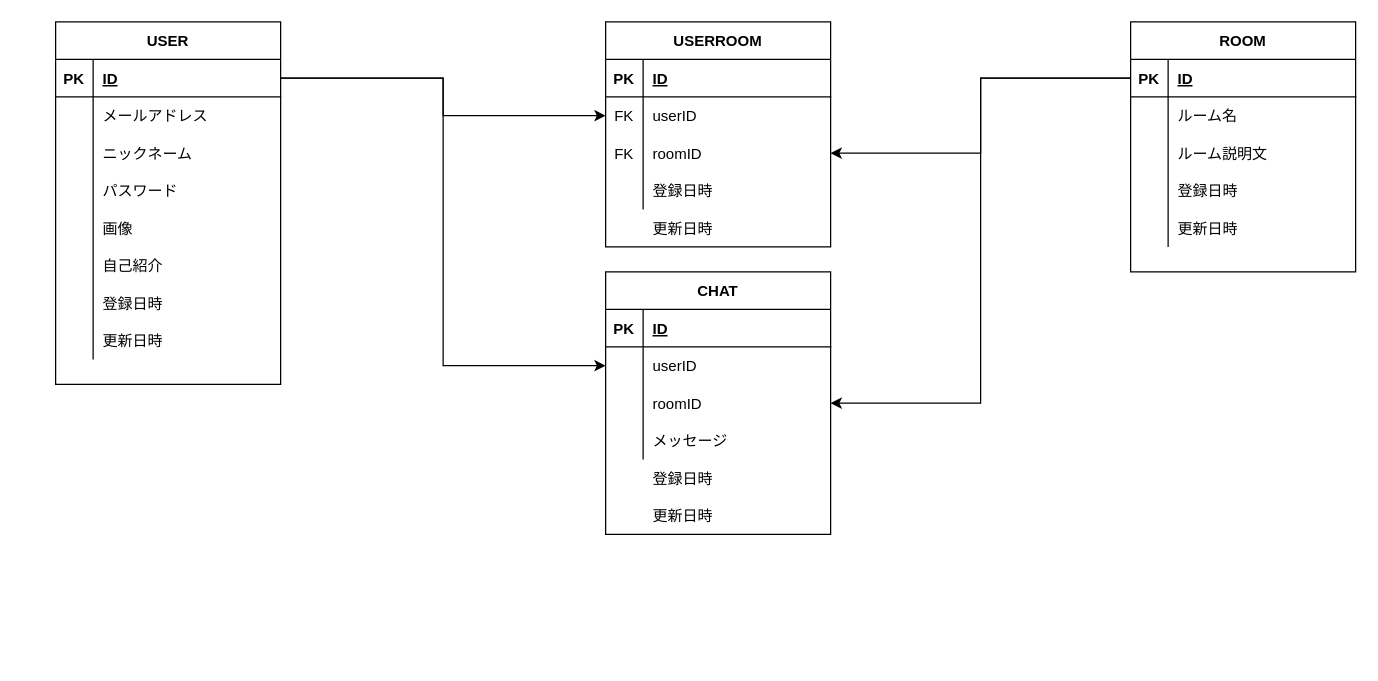
The draw.io diagram ジムトモER図.drawio in 74905/kintore_app, before the edit. Source tidied: cells renumbered, new cells numbered last; positions are measured from the earlier drawing's top-left corner, leaving out a move shared by most shapes. Both pictures are drawn from the tidied source at 125%, with x=0, y=0 at pixel (55, 21).
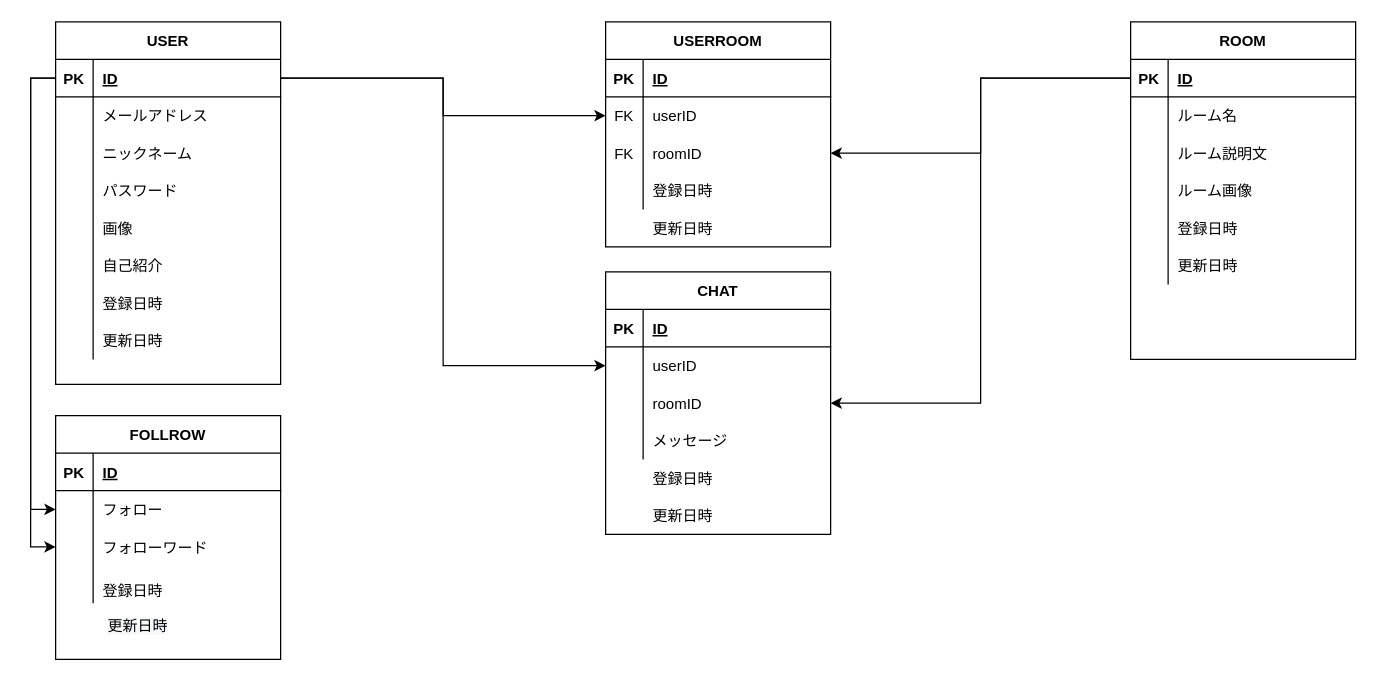
The same page after the edit.

Commit message:
ジムトモER図.drawio を更新します

Unchanged cells that the change refers to:
```xml
<mxCell id="3" style="shape=partialRectangle;fillColor=none;top=0;left=0;bottom=1;right=0;points=[[0,0.5],[1,0.5]];portConstraint=eastwest;" parent="2" vertex="1">
  <mxGeometry y="30" width="180" height="30" as="geometry" />
</mxCell>
```

Change to the diagram source:
```diff
@@
     <mxCell id="27" value="ROOM" style="shape=table;startSize=30;childLayout=tableLayout;rowLines=0;fontStyle=1;align=center;" parent="1" vertex="1">
-      <mxGeometry x="860" width="180" height="200" as="geometry" />
+      <mxGeometry x="860" width="180" height="270" as="geometry" />
     </mxCell>
@@
+    <mxCell id="81" style="shape=partialRectangle;fillColor=none;top=0;left=0;bottom=0;right=0;" parent="27" vertex="1">
+      <mxGeometry y="120" width="180" height="30" as="geometry" />
+    </mxCell>
+    <mxCell id="82" style="shape=partialRectangle;fillColor=none;top=0;left=0;bottom=0;right=0;overflow=hidden;" parent="81" vertex="1">
+      <mxGeometry width="30" height="30" as="geometry" />
+    </mxCell>
+    <mxCell id="83" value="ルーム画像" style="shape=partialRectangle;fillColor=none;top=0;left=0;bottom=0;right=0;align=left;spacingLeft=6;overflow=hidden;" parent="81" vertex="1">
+      <mxGeometry x="30" width="150" height="30" as="geometry" />
+    </mxCell>
     <mxCell id="37" style="shape=partialRectangle;fillColor=none;top=0;left=0;bottom=0;right=0;" parent="27" vertex="1">
-      <mxGeometry y="120" width="180" height="30" as="geometry" />
+      <mxGeometry y="150" width="180" height="30" as="geometry" />
     </mxCell>
@@
     <mxCell id="40" style="shape=partialRectangle;fillColor=none;top=0;left=0;bottom=0;right=0;" parent="27" vertex="1">
-      <mxGeometry y="150" width="180" height="30" as="geometry" />
+      <mxGeometry y="180" width="180" height="30" as="geometry" />
     </mxCell>
@@
     <mxCell id="79" value="登録日時" style="shape=partialRectangle;fillColor=none;top=0;left=0;bottom=0;right=0;align=left;spacingLeft=6;overflow=hidden;" parent="1" vertex="1">
-      <mxGeometry x="890" y="120" width="150" height="30" as="geometry" />
+      <mxGeometry x="890" y="150" width="150" height="30" as="geometry" />
     </mxCell>
     <mxCell id="80" value="更新日時" style="shape=partialRectangle;fillColor=none;top=0;left=0;bottom=0;right=0;align=left;spacingLeft=6;overflow=hidden;" parent="1" vertex="1">
-      <mxGeometry x="890" y="150" width="150" height="30" as="geometry" />
+      <mxGeometry x="890" y="180" width="150" height="30" as="geometry" />
     </mxCell>
+    <mxCell id="84" value="FOLLROW" style="shape=table;startSize=30;childLayout=tableLayout;rowLines=0;fontStyle=1;align=center;" parent="1" vertex="1">
+      <mxGeometry y="315" width="180" height="195" as="geometry" />
+    </mxCell>
+    <mxCell id="85" style="shape=partialRectangle;fillColor=none;top=0;left=0;bottom=1;right=0;" parent="84" vertex="1">
+      <mxGeometry y="30" width="180" height="30" as="geometry" />
+    </mxCell>
+    <mxCell id="86" value="PK" style="shape=partialRectangle;fillColor=none;top=0;left=0;bottom=0;right=0;fontStyle=1;overflow=hidden;" parent="85" vertex="1">
+      <mxGeometry width="30" height="30" as="geometry" />
+    </mxCell>
+    <mxCell id="87" value="ID" style="shape=partialRectangle;fillColor=none;top=0;left=0;bottom=0;right=0;align=left;spacingLeft=6;fontStyle=5;overflow=hidden;" parent="85" vertex="1">
+      <mxGeometry x="30" width="150" height="30" as="geometry" />
+    </mxCell>
+    <mxCell id="88" style="shape=partialRectangle;fillColor=none;top=0;left=0;bottom=0;right=0;points=[[0,0.5],[1,0.5]];portConstraint=eastwest;" parent="84" vertex="1">
+      <mxGeometry y="60" width="180" height="30" as="geometry" />
+    </mxCell>
+    <mxCell id="89" style="shape=partialRectangle;fillColor=none;top=0;left=0;bottom=0;right=0;overflow=hidden;" parent="88" vertex="1">
+      <mxGeometry width="30" height="30" as="geometry" />
+    </mxCell>
+    <mxCell id="90" value="フォロー" style="shape=partialRectangle;fillColor=none;top=0;left=0;bottom=0;right=0;align=left;spacingLeft=6;overflow=hidden;" parent="88" vertex="1">
+      <mxGeometry x="30" width="150" height="30" as="geometry" />
+    </mxCell>
+    <mxCell id="91" style="shape=partialRectangle;fillColor=none;top=0;left=0;bottom=0;right=0;points=[[0,0.5],[1,0.5]];portConstraint=eastwest;" parent="84" vertex="1">
+      <mxGeometry y="90" width="180" height="30" as="geometry" />
+    </mxCell>
+    <mxCell id="92" style="shape=partialRectangle;fillColor=none;top=0;left=0;bottom=0;right=0;overflow=hidden;" parent="91" vertex="1">
+      <mxGeometry width="30" height="30" as="geometry" />
+    </mxCell>
+    <mxCell id="93" value="フォローワード" style="shape=partialRectangle;fillColor=none;top=0;left=0;bottom=0;right=0;align=left;spacingLeft=6;overflow=hidden;" parent="91" vertex="1">
+      <mxGeometry x="30" width="150" height="30" as="geometry" />
+    </mxCell>
+    <mxCell id="94" style="shape=partialRectangle;fillColor=none;top=0;left=0;bottom=0;right=0;" parent="84" vertex="1">
+      <mxGeometry y="120" width="180" height="30" as="geometry" />
+    </mxCell>
+    <mxCell id="95" style="shape=partialRectangle;fillColor=none;top=0;left=0;bottom=0;right=0;overflow=hidden;" parent="94" vertex="1">
+      <mxGeometry width="30" height="30" as="geometry" />
+    </mxCell>
+    <mxCell id="96" style="shape=partialRectangle;fillColor=none;top=0;left=0;bottom=0;right=0;align=left;spacingLeft=6;overflow=hidden;" parent="94" vertex="1">
+      <mxGeometry x="30" width="150" height="30" as="geometry" />
+    </mxCell>
+    <mxCell id="97" value="登録日時" style="shape=partialRectangle;fillColor=none;top=0;left=0;bottom=0;right=0;align=left;spacingLeft=6;overflow=hidden;" parent="1" vertex="1">
+      <mxGeometry x="30" y="440" width="150" height="30" as="geometry" />
+    </mxCell>
+    <mxCell id="98" value="&lt;span style=&quot;color: rgb(0, 0, 0); font-family: helvetica; font-size: 12px; font-style: normal; font-weight: 400; letter-spacing: normal; text-align: left; text-indent: 0px; text-transform: none; word-spacing: 0px; background-color: rgb(248, 249, 250); display: inline; float: none;&quot;&gt;更新日時&lt;/span&gt;" style="text;whiteSpace=wrap;html=1;" parent="1" vertex="1">
+      <mxGeometry x="40" y="470" width="70" height="30" as="geometry" />
+    </mxCell>
+    <mxCell id="99" style="edgeStyle=orthogonalEdgeStyle;rounded=0;jettySize=auto;html=1;entryX=0;entryY=0.5;entryDx=0;entryDy=0;" parent="1" edge="1" target="88">
+      <mxGeometry relative="1" as="geometry">
+        <mxPoint y="45" as="sourcePoint" />
+        <Array as="points">
+          <mxPoint x="-20" y="45" />
+          <mxPoint x="-20" y="390" />
+        </Array>
+      </mxGeometry>
+    </mxCell>
+    <mxCell id="100" style="edgeStyle=orthogonalEdgeStyle;rounded=0;jettySize=auto;html=1;exitX=0;exitY=0.5;exitDx=0;exitDy=0;entryX=0;entryY=0.5;entryDx=0;entryDy=0;" parent="1" edge="1" source="3" target="91">
+      <mxGeometry relative="1" as="geometry" />
+    </mxCell>
```
